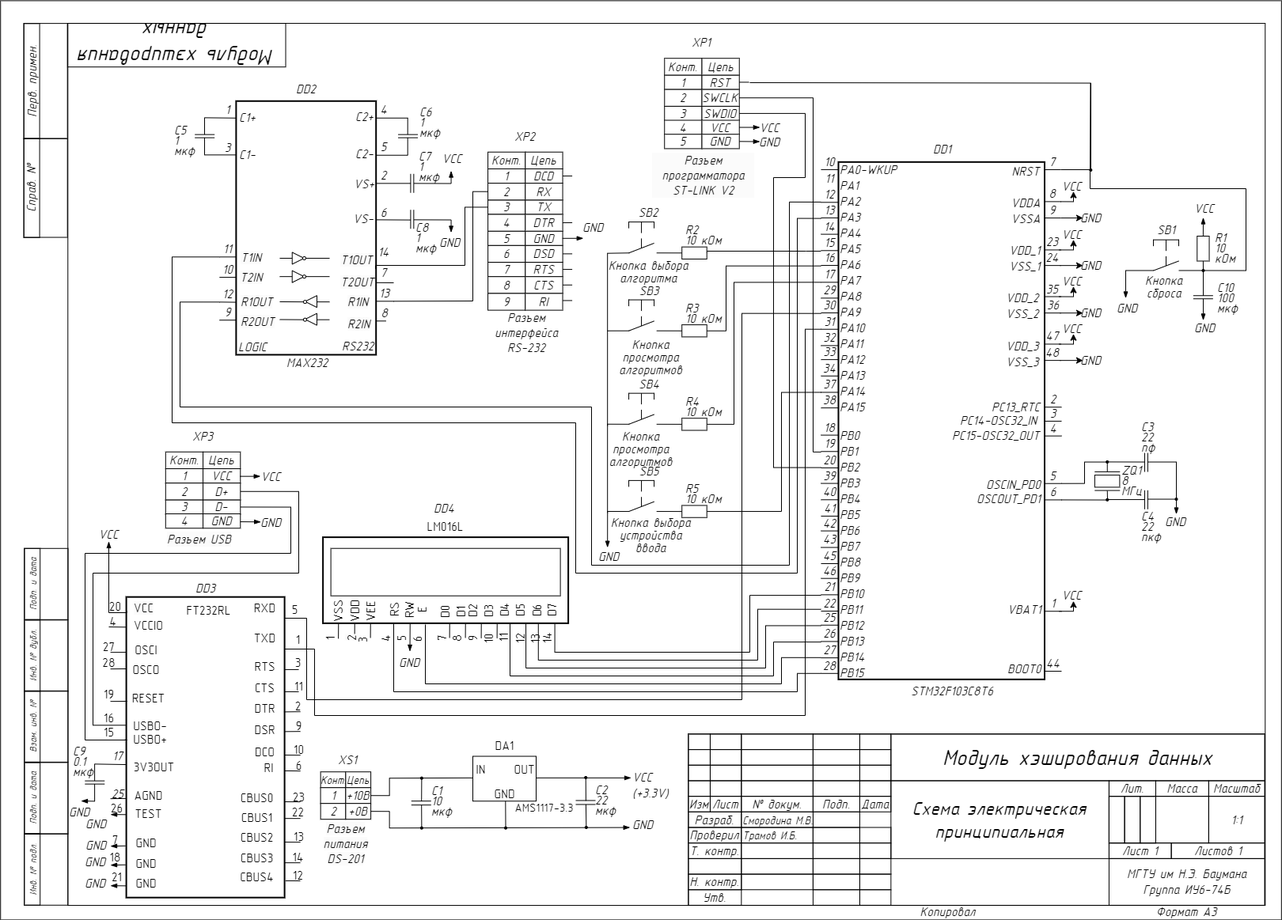
The draw.io diagram kursach_princ.drawio.png in nishoni/SmorodinaMV.ICS6-74B.2023, before a commit. Source tidied: cells renumbered, new cells last; positions are measured from the earlier drawing's top-left corner, leaving out a move shared by most shapes.
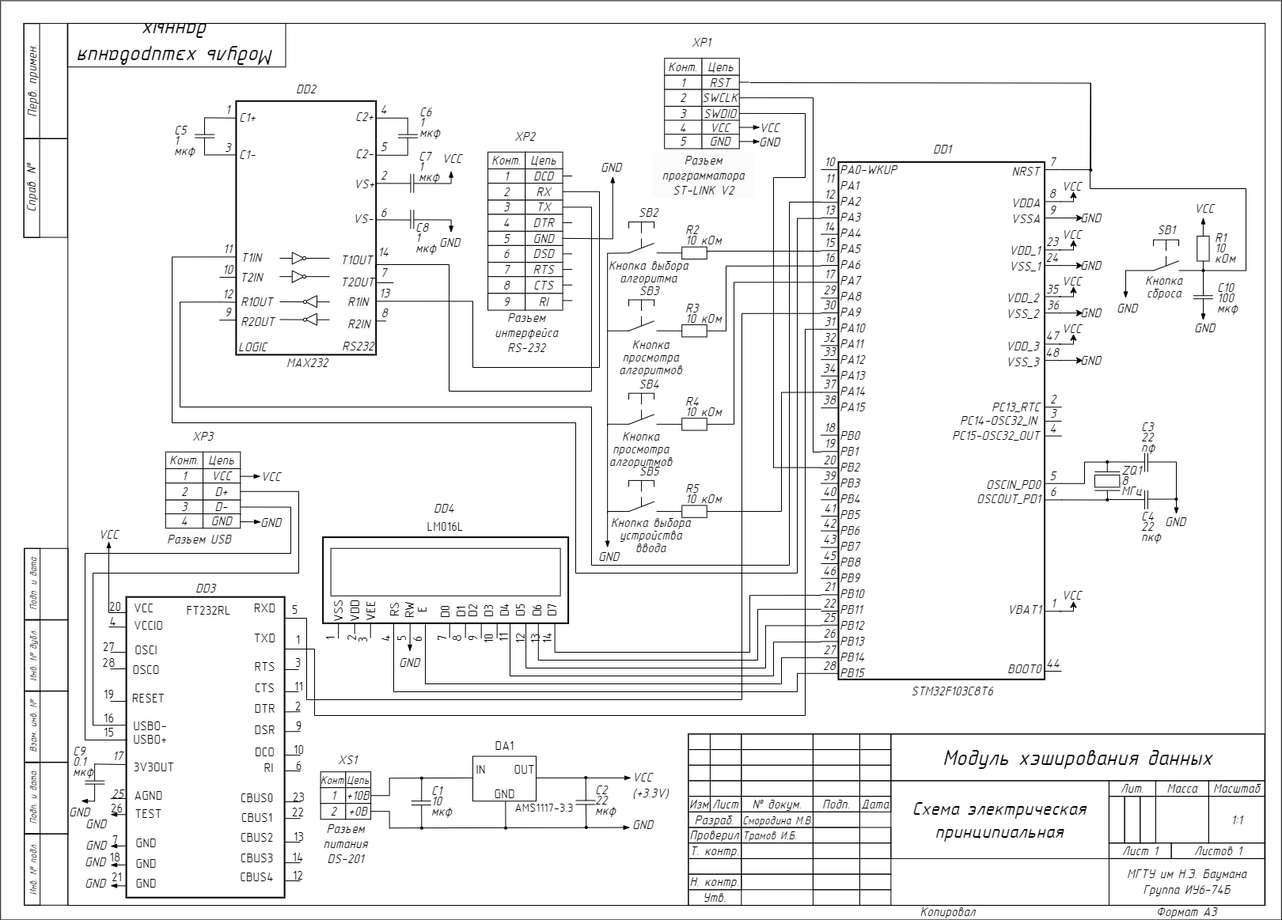
Above is the later version.

Commit message:
Финальные схемы

Change to the diagram source:
```diff
@@ -459,10 +459,9 @@
         <mxPoint x="755.6" y="379.4" as="targetPoint" />
       </mxGeometry>
     </mxCell>
-    <mxCell id="138" style="endArrow=blockThin;html=1;rounded=0;exitX=1;exitY=0.5;exitDx=0;exitDy=0;endFill=1;fontSize=16;entryX=0;entryY=0.5;entryDx=0;entryDy=0;fontFamily=Gost Type B;fontSource=https%3A%2F%2Ffonts.googleapis.com%2Fcss%3Ffamily%3DGost%2BType%2BB;" parent="1" edge="1">
+    <mxCell id="138" style="endArrow=blockThin;html=1;rounded=0;exitX=1;exitY=0.5;exitDx=0;exitDy=0;endFill=1;fontSize=16;entryX=0.5;entryY=1;entryDx=0;entryDy=0;fontFamily=Gost Type B;fontSource=https%3A%2F%2Ffonts.googleapis.com%2Fcss%3Ffamily%3DGost%2BType%2BB;edgeStyle=orthogonalEdgeStyle;" parent="1" edge="1" target="426">
       <mxGeometry relative="1" as="geometry">
         <mxPoint x="743.2" y="300.8" as="sourcePoint" />
-        <mxPoint x="769.7" y="300.8" as="targetPoint" />
       </mxGeometry>
     </mxCell>
     <mxCell id="139" value="&lt;font style=&quot;font-size: 16px;&quot;&gt;&lt;i style=&quot;font-size: 16px;&quot;&gt;GND&lt;/i&gt;&lt;/font&gt;" style="text;html=1;strokeColor=none;fillColor=none;align=center;verticalAlign=middle;whiteSpace=wrap;rounded=0;fontFamily=Gost Type B;fontSource=https%3A%2F%2Ffonts.googleapis.com%2Fcss%3Ffamily%3DGost%2BType%2BB;fontSize=16;" parent="1" vertex="1">
@@ -666,11 +665,14 @@
         <mxPoint x="520.1" y="405.3" as="targetPoint" />
       </mxGeometry>
     </mxCell>
-    <mxCell id="182" style="endArrow=none;html=1;rounded=0;exitX=0;exitY=0.25;exitDx=0;exitDy=0;fontFamily=Gost Type B;fontSource=https%3A%2F%2Ffonts.googleapis.com%2Fcss%3Ffamily%3DGost%2BType%2BB;entryX=0;entryY=0.5;entryDx=0;entryDy=0;edgeStyle=orthogonalEdgeStyle;fontSize=16;" parent="1" edge="1" source="200" target="116">
+    <mxCell id="182" style="endArrow=none;html=1;rounded=0;exitX=0;exitY=0.25;exitDx=0;exitDy=0;fontFamily=Gost Type B;fontSource=https%3A%2F%2Ffonts.googleapis.com%2Fcss%3Ffamily%3DGost%2BType%2BB;entryX=1;entryY=0.5;entryDx=0;entryDy=0;edgeStyle=orthogonalEdgeStyle;fontSize=16;" parent="1" edge="1" source="200" target="117">
       <mxGeometry relative="1" as="geometry">
         <Array as="points">
-          <mxPoint x="620" y="335" />
-          <mxPoint x="620" y="261" />
+          <mxPoint x="507" y="334" />
+          <mxPoint x="600" y="334" />
+          <mxPoint x="600" y="494" />
+          <mxPoint x="780" y="494" />
+          <mxPoint x="780" y="261" />
         </Array>
       </mxGeometry>
     </mxCell>
@@ -1569,7 +1571,7 @@
       <mxGeometry x="822.3" y="253" width="60" height="30" as="geometry" />
     </mxCell>
     <mxCell id="426" value="&lt;div style=&quot;text-align: center; font-size: 16px;&quot;&gt;&lt;font style=&quot;font-size: 16px;&quot;&gt;GND&lt;/font&gt;&lt;/div&gt;" style="text;whiteSpace=wrap;html=1;fontStyle=2;verticalAlign=middle;fontFamily=Gost Type B;fontSource=https%3A%2F%2Ffonts.googleapis.com%2Fcss%3Ffamily%3DGost%2BType%2BB;fontSize=16;" parent="1" vertex="1">
-      <mxGeometry x="767.4" y="276.1" width="32.7" height="22.8" as="geometry" />
+      <mxGeometry x="790.4" y="199.6" width="32.7" height="22.8" as="geometry" />
     </mxCell>
     <mxCell id="427" style="endArrow=none;html=1;rounded=0;fontStyle=2;fontFamily=Gost Type B;fontSource=https%3A%2F%2Ffonts.googleapis.com%2Fcss%3Ffamily%3DGost%2BType%2BB;fontSize=16;" parent="1" edge="1">
       <mxGeometry relative="1" as="geometry">
@@ -1914,12 +1916,13 @@
     <mxCell id="496" value="&lt;font style=&quot;font-size: 16px;&quot;&gt;&lt;i style=&quot;font-size: 16px;&quot;&gt;VCC&lt;/i&gt;&lt;/font&gt;" style="text;html=1;strokeColor=none;fillColor=none;align=center;verticalAlign=middle;whiteSpace=wrap;rounded=0;fontFamily=Gost Type B;fontSource=https%3A%2F%2Ffonts.googleapis.com%2Fcss%3Ffamily%3DGost%2BType%2BB;fontSize=16;" parent="1" vertex="1">
       <mxGeometry x="993.3" y="153.2" width="23.9" height="15.1" as="geometry" />
     </mxCell>
-    <mxCell id="497" style="endArrow=none;html=1;rounded=0;exitX=0;exitY=1;exitDx=0;exitDy=0;fontFamily=Gost Type B;fontSource=https%3A%2F%2Ffonts.googleapis.com%2Fcss%3Ffamily%3DGost%2BType%2BB;edgeStyle=orthogonalEdgeStyle;entryX=0;entryY=0.5;entryDx=0;entryDy=0;fontSize=16;" parent="1" edge="1" source="201" target="118">
+    <mxCell id="497" style="endArrow=none;html=1;rounded=0;exitX=0;exitY=1;exitDx=0;exitDy=0;fontFamily=Gost Type B;fontSource=https%3A%2F%2Ffonts.googleapis.com%2Fcss%3Ffamily%3DGost%2BType%2BB;edgeStyle=orthogonalEdgeStyle;entryX=1;entryY=0.5;entryDx=0;entryDy=0;fontSize=16;" parent="1" edge="1" source="201" target="119">
       <mxGeometry relative="1" as="geometry">
         <Array as="points">
-          <mxPoint x="530" y="380" />
           <mxPoint x="630" y="380" />
-          <mxPoint x="630" y="242" />
+          <mxPoint x="630" y="464" />
+          <mxPoint x="790" y="464" />
+          <mxPoint x="790" y="242" />
         </Array>
       </mxGeometry>
     </mxCell>
```
